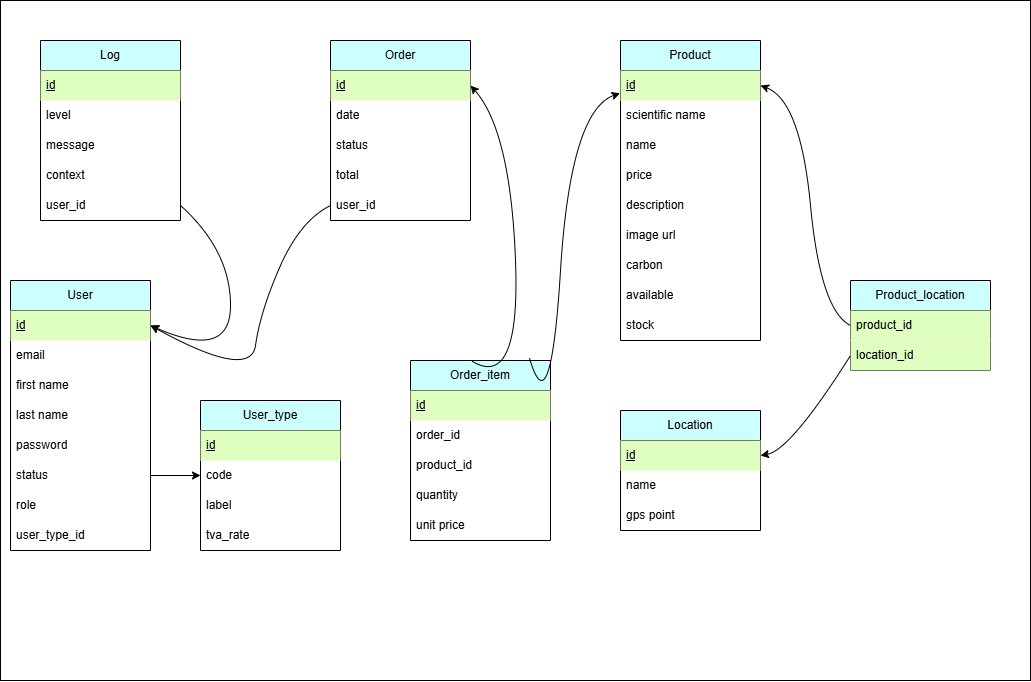
Salyarket/GreenRoots-Conception keeps this draw.io diagram as documents/Apothéose/merise/mld/MLD_GreenRoots.drawio.png. Above is the earlier version. Source tidied: cells renumbered, new cells last; positions are measured from the earlier drawing's top-left corner, leaving out a move shared by most shapes.
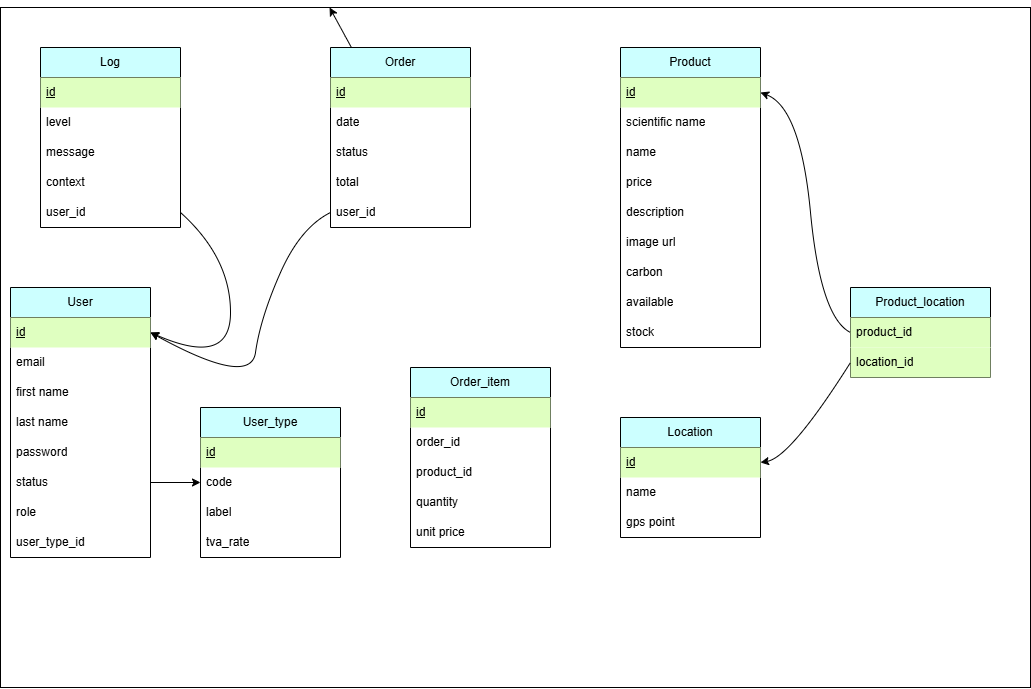
After the change.

Commit message:
modification mcd

What changed in the source:
```diff
@@ -74,6 +74,13 @@
     <mxCell id="25" value="gps point" style="text;strokeColor=none;fillColor=none;align=left;verticalAlign=middle;spacingLeft=4;spacingRight=4;overflow=hidden;whiteSpace=wrap;html=1;" parent="22" vertex="1">
       <mxGeometry y="90" width="140" height="30" as="geometry" />
     </mxCell>
+    <mxCell id="59" style="edgeStyle=none;html=1;" parent="1" edge="1" source="26" target="2">
+      <mxGeometry relative="1" as="geometry">
+        <Array as="points">
+          <mxPoint x="340" y="20" />
+        </Array>
+      </mxGeometry>
+    </mxCell>
     <mxCell id="26" value="Order" style="swimlane;fontStyle=0;horizontal=1;startSize=30;whiteSpace=wrap;html=1;fillColor=#CCFFFF;" parent="1" vertex="1">
       <mxGeometry x="330" y="40" width="140" height="180" as="geometry" />
     </mxCell>
@@ -137,22 +144,6 @@
     <mxCell id="46" value="location_id" style="text;strokeColor=none;fillColor=#DFFFC0;align=left;verticalAlign=middle;spacingLeft=4;spacingRight=4;overflow=hidden;points=[[0,0.5],[1,0.5]];portConstraint=eastwest;whiteSpace=wrap;html=1;" parent="44" vertex="1">
       <mxGeometry y="60" width="140" height="30" as="geometry" />
     </mxCell>
-    <mxCell id="47" style="curved=1;endArrow=classic;html=1;rounded=0;exitX=0.849;exitY=-0.016;exitDx=0;exitDy=0;exitPerimeter=0;entryX=-0.003;entryY=0.758;entryDx=0;entryDy=0;entryPerimeter=0;" parent="1" edge="1" source="38" target="13">
-      <mxGeometry relative="1" as="geometry">
-        <Array as="points">
-          <mxPoint x="550" y="430" />
-          <mxPoint x="570" y="110" />
-        </Array>
-      </mxGeometry>
-    </mxCell>
-    <mxCell id="48" style="curved=1;endArrow=classic;html=1;rounded=0;entryX=1;entryY=0.5;entryDx=0;entryDy=0;exitX=0.44;exitY=0.004;exitDx=0;exitDy=0;exitPerimeter=0;" parent="1" edge="1" source="38" target="27">
-      <mxGeometry relative="1" as="geometry">
-        <Array as="points">
-          <mxPoint x="520" y="390" />
-          <mxPoint x="510" y="130" />
-        </Array>
-      </mxGeometry>
-    </mxCell>
     <mxCell id="49" style="curved=1;endArrow=classic;html=1;rounded=0;exitX=0;exitY=0.5;exitDx=0;exitDy=0;entryX=1;entryY=0.5;entryDx=0;entryDy=0;" parent="1" edge="1" source="45" target="13">
       <mxGeometry relative="1" as="geometry">
         <Array as="points">
```
